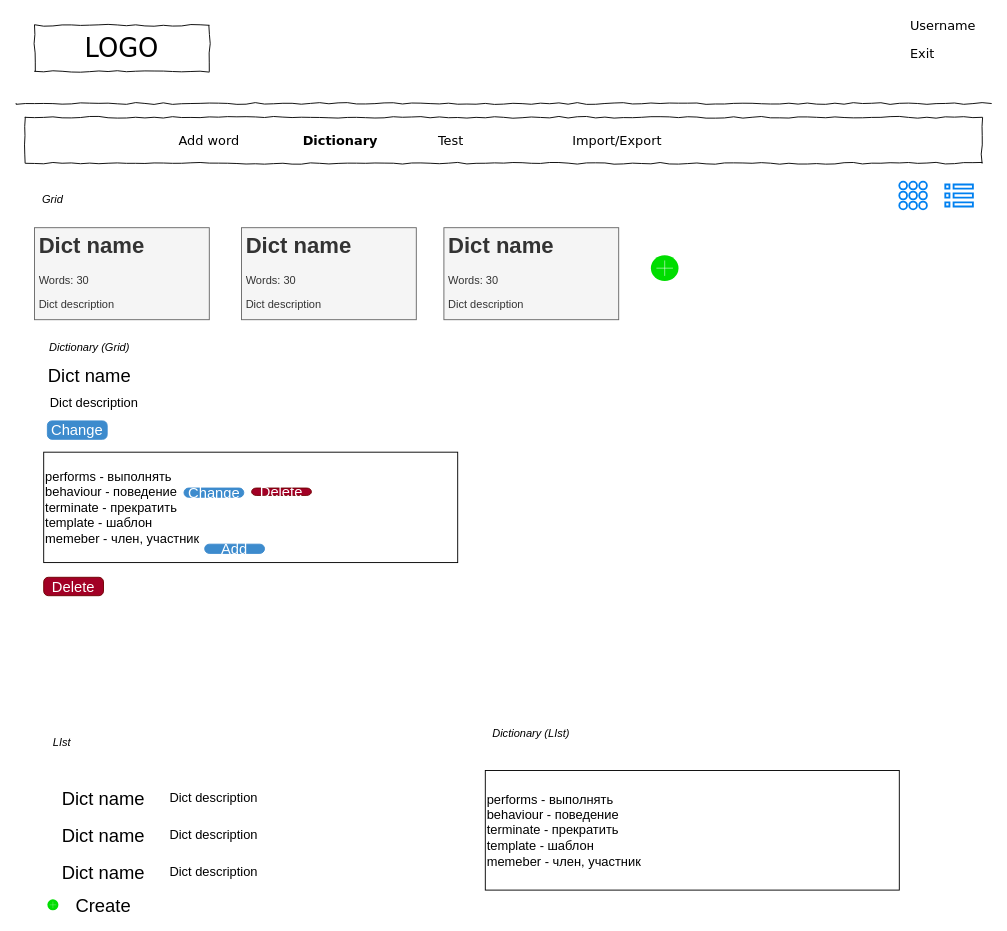
Above: page "dictionaries interface" (2 of 6) of schemes/scheme.drawio in vikk777/Smart-Dictionary (draw.io), before the change. Source tidied: cells renumbered, new cells numbered last; positions are measured from the earlier drawing's top-left corner, leaving out a move shared by most shapes. Both pictures are drawn from the tidied source at 92%, with x=0, y=0 at pixel (16, 16).
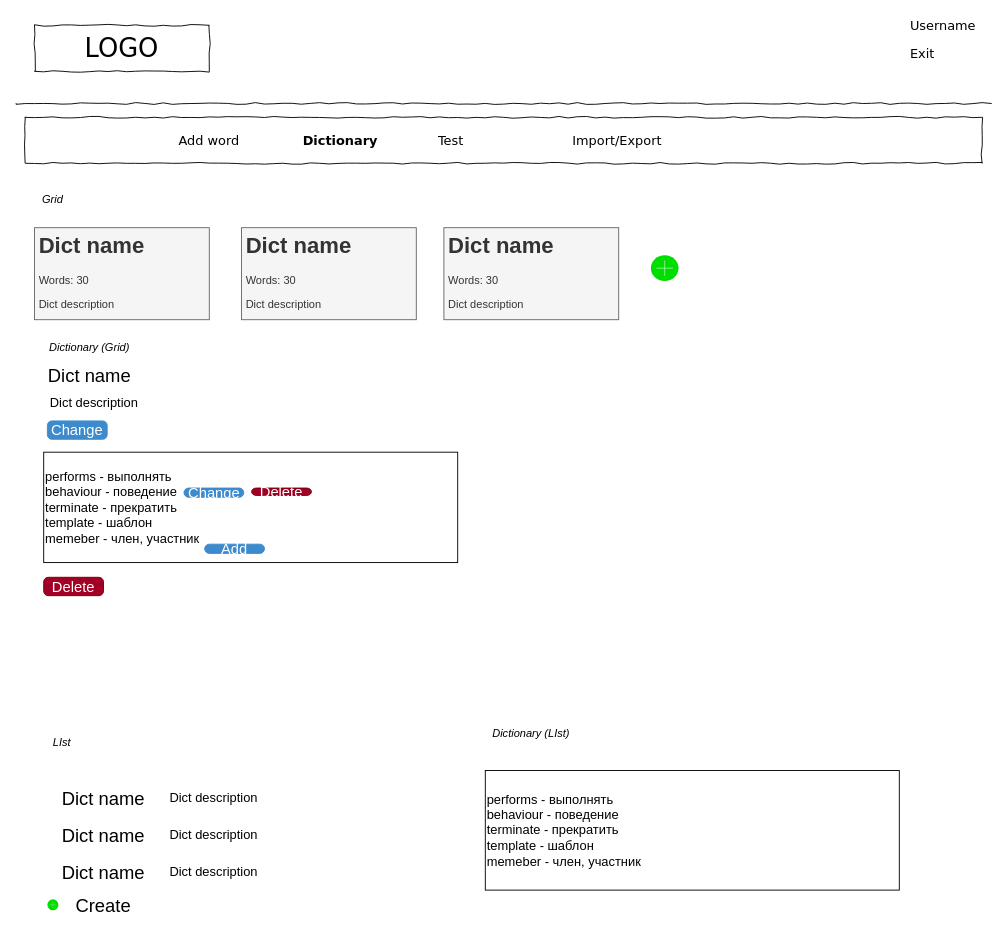
The same diagram, later.

Diff of the diagram source:
```diff
@@
-    <mxCell id="11" style="html=1;verticalLabelPosition=bottom;align=center;labelBackgroundColor=#ffffff;verticalAlign=top;strokeWidth=2;strokeColor=#0080F0;shadow=0;dashed=0;shape=mxgraph.ios7.icons.keypad;" parent="1" vertex="1">
-      <mxGeometry x="960" y="180" width="30" height="30" as="geometry" />
-    </mxCell>
-    <mxCell id="12" style="html=1;verticalLabelPosition=bottom;align=center;labelBackgroundColor=#ffffff;verticalAlign=top;strokeWidth=2;strokeColor=#0080F0;shadow=0;dashed=0;shape=mxgraph.ios7.icons.preferences;" parent="1" vertex="1">
-      <mxGeometry x="1010" y="183" width="30" height="24" as="geometry" />
-    </mxCell>
```
